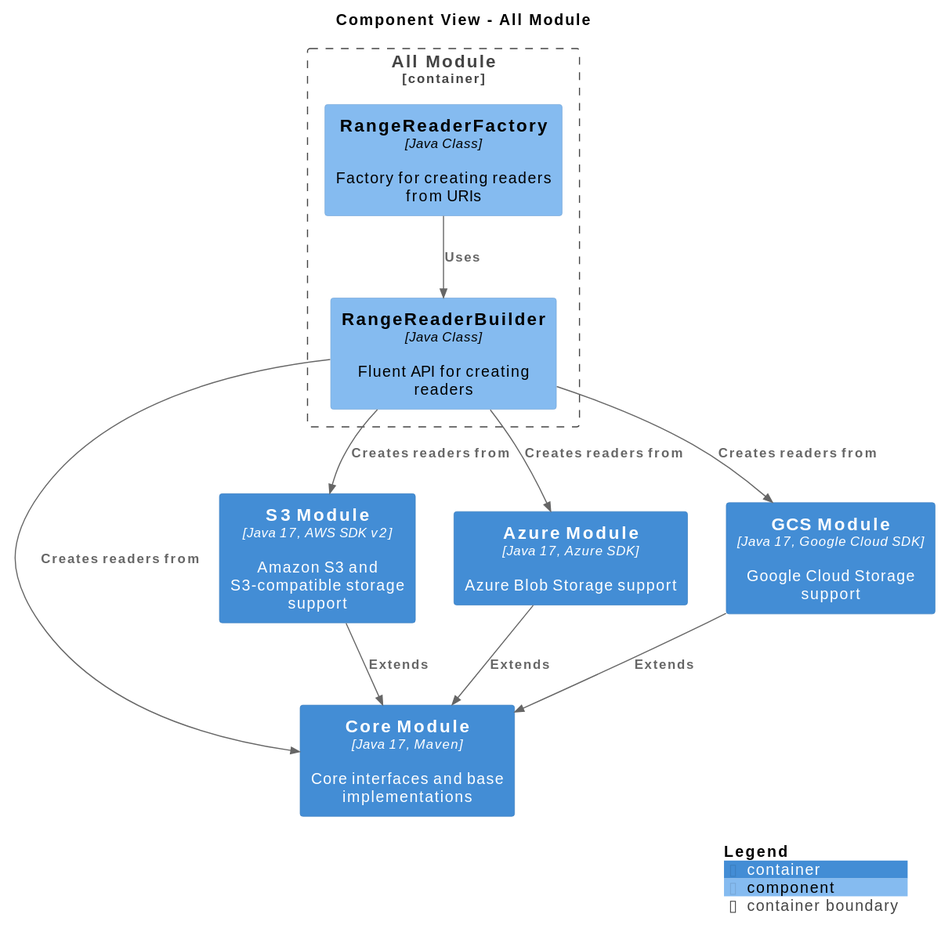
This is assets/images/structurizr/structurizr-AllModuleComponents.svg from tileverse-io/tileverse, a PlantUML export, as it was before one commit.
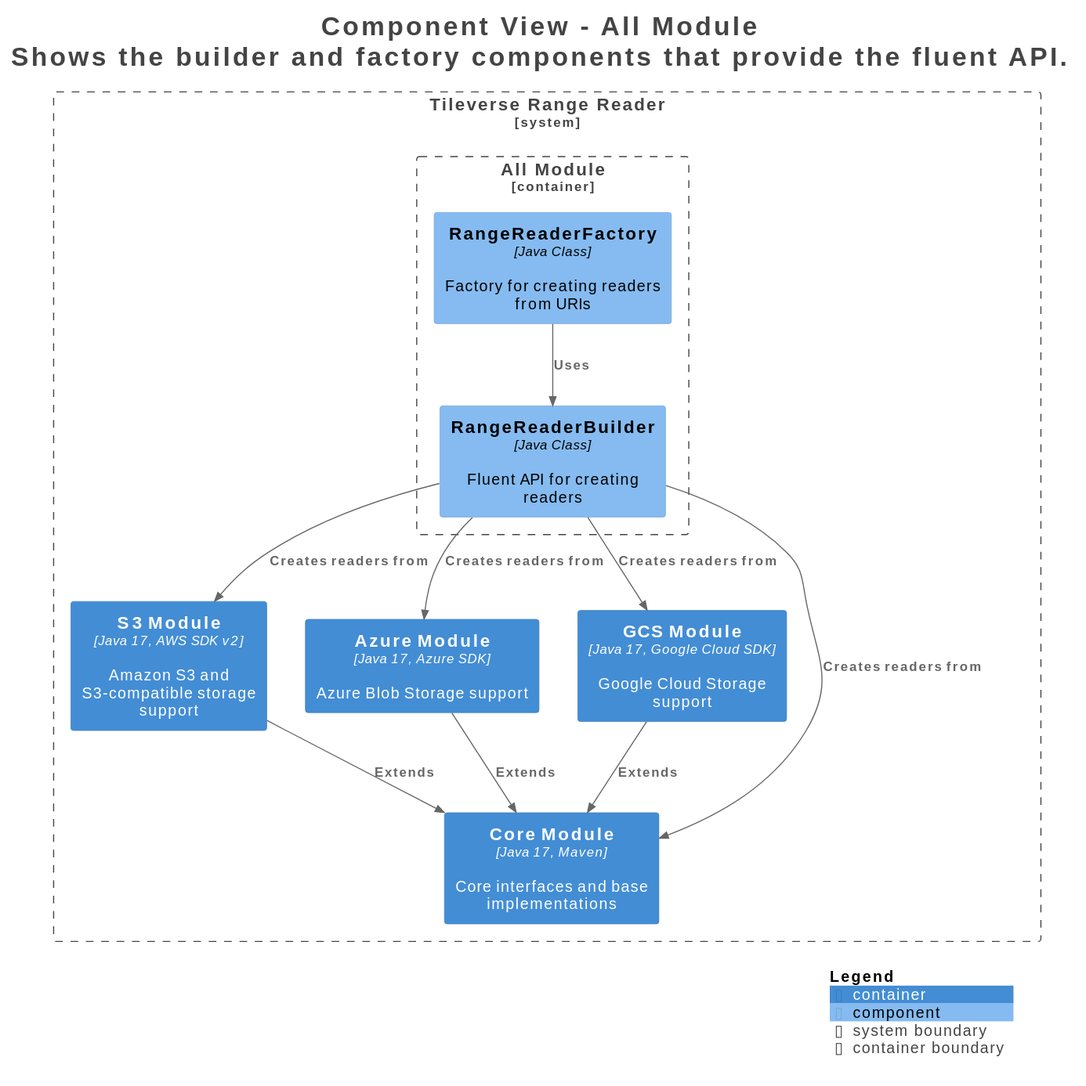
Above is the later version.

What changed in the source:
```diff
@@ -1,22 +1,31 @@
 @startuml
+title <size:24>Component View - All Module</size>\n<size:24>Shows the builder and factory components that provide the fluent API.</size>
+
 set separator none
-title Component View - All Module
+top to bottom direction
 
-top to bottom direction
+<style>
+  root {
+    BackgroundColor: #ffffff
+    FontColor: #444444
+  }
+</style>
 
 !include <C4/C4>
 !include <C4/C4_Context>
 !include <C4/C4_Container>
 !include <C4/C4_Component>
 
-Container(TileverseRangeReader.CoreModule, "Core Module", $techn="Java 17, Maven", $descr="Core interfaces and base implementations", $tags="", $link="")
-Container(TileverseRangeReader.S3Module, "S3 Module", $techn="Java 17, AWS SDK v2", $descr="Amazon S3 and S3-compatible storage support", $tags="", $link="")
-Container(TileverseRangeReader.AzureModule, "Azure Module", $techn="Java 17, Azure SDK", $descr="Azure Blob Storage support", $tags="", $link="")
-Container(TileverseRangeReader.GCSModule, "GCS Module", $techn="Java 17, Google Cloud SDK", $descr="Google Cloud Storage support", $tags="", $link="")
+System_Boundary("TileverseRangeReader_boundary", "Tileverse Range Reader", $tags="") {
+  Container_Boundary("TileverseRangeReader.AllModule_boundary", "All Module", $tags="") {
+    Component(TileverseRangeReader.AllModule.RangeReaderBuilder, "RangeReaderBuilder", $techn="Java Class", $descr="Fluent API for creating readers", $tags="", $link="")
+    Component(TileverseRangeReader.AllModule.RangeReaderFactory, "RangeReaderFactory", $techn="Java Class", $descr="Factory for creating readers from URIs", $tags="", $link="")
+  }
 
-Container_Boundary("TileverseRangeReader.AllModule_boundary", "All Module", $tags="") {
-  Component(TileverseRangeReader.AllModule.RangeReaderBuilder, "RangeReaderBuilder", $techn="Java Class", $descr="Fluent API for creating readers", $tags="", $link="")
-  Component(TileverseRangeReader.AllModule.RangeReaderFactory, "RangeReaderFactory", $techn="Java Class", $descr="Factory for creating readers from URIs", $tags="", $link="")
+  Container(TileverseRangeReader.S3Module, "S3 Module", $techn="Java 17, AWS SDK v2", $descr="Amazon S3 and S3-compatible storage support", $tags="", $link="")
+  Container(TileverseRangeReader.AzureModule, "Azure Module", $techn="Java 17, Azure SDK", $descr="Azure Blob Storage support", $tags="", $link="")
+  Container(TileverseRangeReader.GCSModule, "GCS Module", $techn="Java 17, Google Cloud SDK", $descr="Google Cloud Storage support", $tags="", $link="")
+  Container(TileverseRangeReader.CoreModule, "Core Module", $techn="Java 17, Maven", $descr="Core interfaces and base implementations", $tags="", $link="")
 }
 
 Rel(TileverseRangeReader.S3Module, TileverseRangeReader.CoreModule, "Extends", $techn="", $tags="", $link="")
@@ -29,4 +38,5 @@
 Rel(TileverseRangeReader.AllModule.RangeReaderFactory, TileverseRangeReader.AllModule.RangeReaderBuilder, "Uses", $techn="", $tags="", $link="")
 
 SHOW_LEGEND(true)
+hide stereotypes
 @enduml
```
